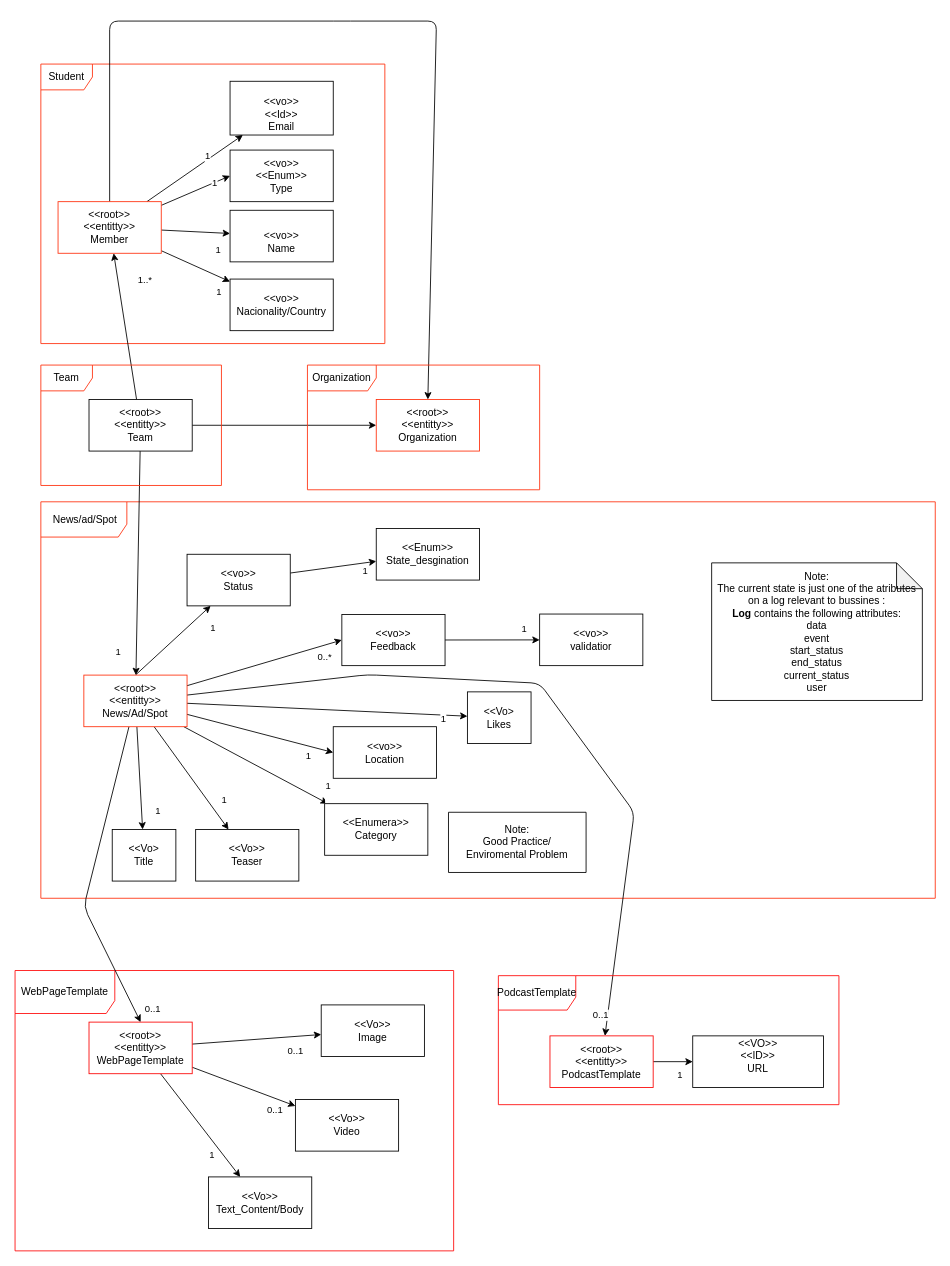
Earlier version of the draw.io diagram Docs/Domain-model/Domain-model.drawio (Giao748/ISEP-PESTI). Source tidied: cells renumbered, new cells numbered last; positions are measured from the earlier drawing's top-left corner, leaving out a move shared by most shapes. Both pictures are drawn from the tidied source at 86%, with x=0, y=0 at pixel (15, 21).
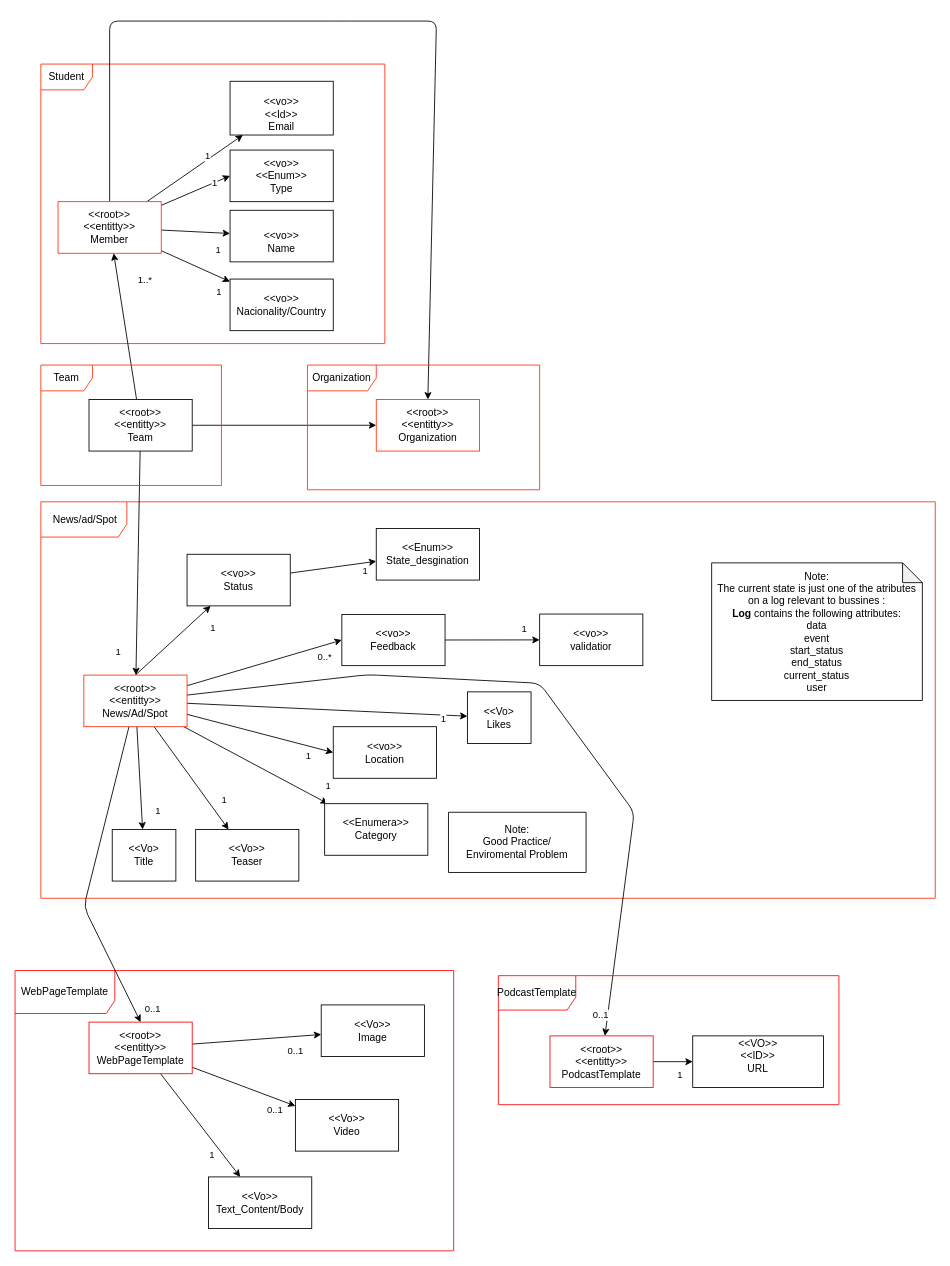
Above is the later version.

Commit message (it also covers changes not shown here):
#2 Domain-model and backlog re-update: files added and recommit added.

The edit, as a diff of the source:
```diff
@@
-    <mxCell id="23" value="Note: &lt;br&gt;The current state is just one of the atributes on a log relevant to bussines :&lt;br&gt;&lt;b&gt;Log&lt;/b&gt; contains the following attributes:&lt;div&gt;data&lt;/div&gt;&lt;div&gt;event&lt;/div&gt;&lt;div&gt;start_status&lt;/div&gt;&lt;div&gt;end_status&lt;/div&gt;&lt;div&gt;current_status&lt;/div&gt;&lt;div&gt;user&lt;/div&gt;" style="shape=note;whiteSpace=wrap;html=1;backgroundOutline=1;darkOpacity=0.05;" parent="1" vertex="1">
+    <mxCell id="23" value="Note: &lt;br&gt;The current state is just one of the atributes on a log relevant to bussines :&lt;br&gt;&lt;b&gt;Log&lt;/b&gt; contains the following attributes:&lt;div&gt;data&lt;/div&gt;&lt;div&gt;event&lt;/div&gt;&lt;div&gt;start_status&lt;/div&gt;&lt;div&gt;end_status&lt;/div&gt;&lt;div&gt;current_status&lt;/div&gt;&lt;div&gt;user&lt;/div&gt;" style="shape=note;whiteSpace=wrap;html=1;backgroundOutline=1;darkOpacity=0.05;size=23;" parent="1" vertex="1">
       <mxGeometry x="810" y="630" width="245" height="160" as="geometry" />
     </mxCell>
```
